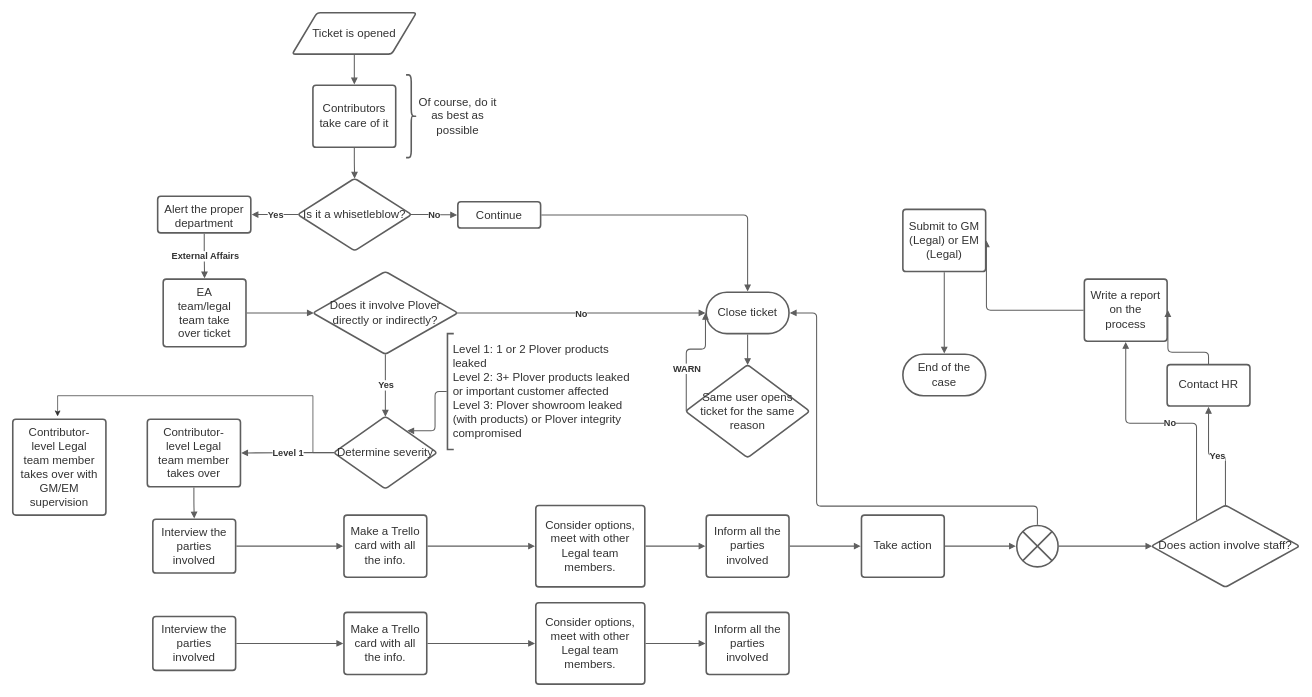
This is Untitled Diagram.drawio from Peiprjs/Peiprjs, a draw.io file, before an edit. Source tidied: cells renumbered, new cells numbered last; positions are measured from the earlier drawing's top-left corner, leaving out a move shared by most shapes. Both pictures are drawn from the tidied source at 69%, with x=0, y=0 at pixel (12, 12).
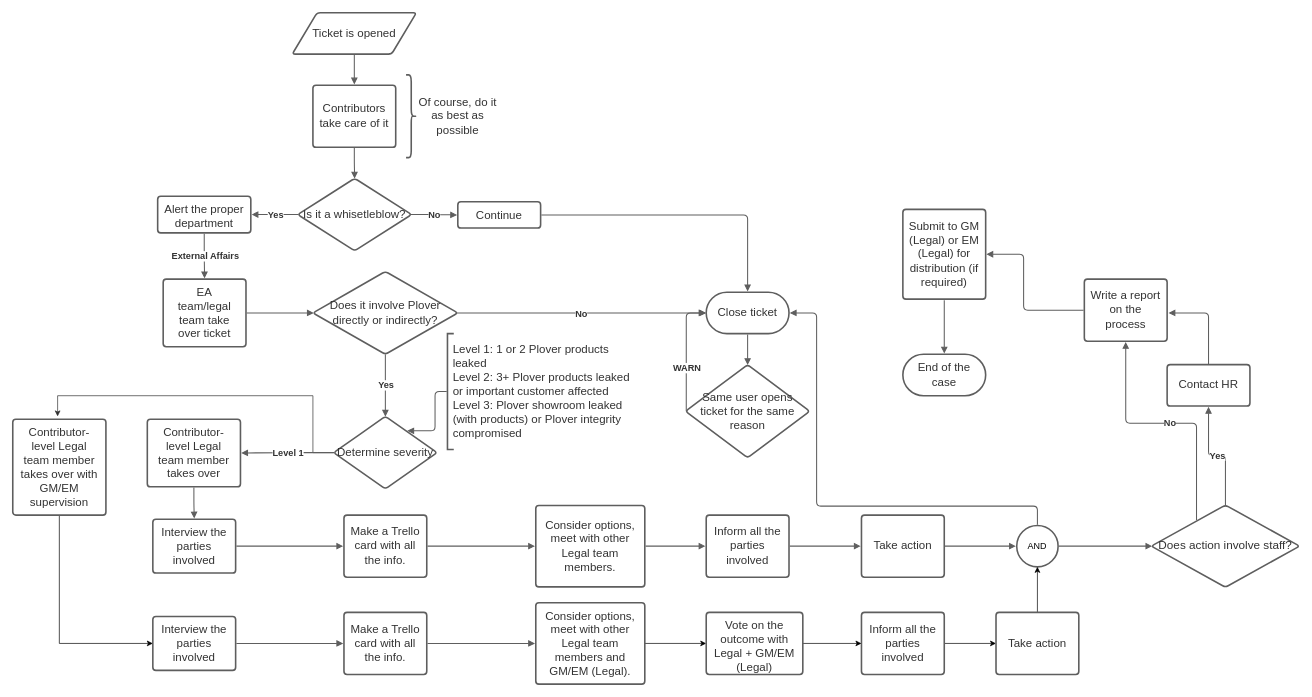
The same diagram, later.

The change refers to these unchanged cells:
```xml
<mxCell id="21" value="Close ticket" style="html=1;overflow=block;blockSpacing=1;whiteSpace=wrap;rounded=1;arcSize=50;whiteSpace=wrap;fontSize=16.7;fontColor=#333333;spacing=3.8;strokeColor=#5e5e5e;strokeOpacity=100;strokeWidth=2.3;" parent="1" vertex="1">
  <mxGeometry x="1005" y="405" width="120" height="60" as="geometry" />
</mxCell>
<mxCell id="25" value="Same user opens ticket for the same reason" style="html=1;overflow=block;blockSpacing=1;whiteSpace=wrap;rhombus;whiteSpace=wrap;fontSize=16.7;fontColor=#333333;spacing=3.8;strokeColor=#5e5e5e;strokeOpacity=100;rounded=1;absoluteArcSize=1;arcSize=9;strokeWidth=2.3;" parent="1" vertex="1">
  <mxGeometry x="975" y="510" width="180" height="135" as="geometry" />
</mxCell>
<mxCell id="56" value="Contact HR" style="html=1;overflow=block;blockSpacing=1;whiteSpace=wrap;whiteSpace=wrap;fontSize=16.7;fontColor=#333333;spacing=9;strokeColor=#5E5E5E;rounded=1;absoluteArcSize=1;arcSize=9;strokeWidth=2.3;" parent="1" vertex="1">
  <mxGeometry x="1673" y="510" width="120" height="60" as="geometry" />
</mxCell>
<mxCell id="59" value="Write a report on the process" style="html=1;overflow=block;blockSpacing=1;whiteSpace=wrap;whiteSpace=wrap;fontSize=16.7;fontColor=#333333;spacing=9;strokeColor=#5E5E5E;rounded=1;absoluteArcSize=1;arcSize=9;strokeWidth=2.3;" parent="1" vertex="1">
  <mxGeometry x="1553" y="386" width="120" height="90" as="geometry" />
</mxCell>
<mxCell id="65" value="Interview the parties involved" style="html=1;overflow=block;blockSpacing=1;whiteSpace=wrap;whiteSpace=wrap;fontSize=16.7;fontColor=#333333;spacing=9;strokeColor=#5e5e5e;strokeOpacity=100;rounded=1;absoluteArcSize=1;arcSize=9;strokeWidth=2.3;" parent="1" vertex="1">
  <mxGeometry x="203" y="875" width="120" height="78" as="geometry" />
</mxCell>
<mxCell id="72" value="Contributor-level Legal team member takes over with GM/EM supervision" style="html=1;overflow=block;blockSpacing=1;whiteSpace=wrap;whiteSpace=wrap;fontSize=16.7;fontColor=#333333;spacing=9;strokeColor=#5E5E5E;rounded=1;absoluteArcSize=1;arcSize=9;strokeWidth=2.3;" parent="1" vertex="1">
  <mxGeometry y="589" width="135" height="139" as="geometry" />
</mxCell>
```

The edit, as a diff of the source:
```diff
@@
-    <mxCell id="27" style="html=1;jettySize=18;whiteSpace=wrap;fontSize=13;strokeColor=#5E5E5E;strokeWidth=1.5;rounded=1;arcSize=12;edgeStyle=orthogonalEdgeStyle;startArrow=none;endArrow=block;endFill=1;exitX=0.006;exitY=0.5;exitPerimeter=0;entryX=-0.009;entryY=0.5;entryPerimeter=0;" parent="1" edge="1" source="25" target="21">
-      <mxGeometry relative="1" as="geometry" />
+    <mxCell id="27" style="html=1;jettySize=18;whiteSpace=wrap;fontSize=13;strokeColor=#5E5E5E;strokeWidth=1.5;rounded=1;arcSize=12;edgeStyle=orthogonalEdgeStyle;startArrow=none;endArrow=block;endFill=1;exitX=0.006;exitY=0.5;exitPerimeter=0;" parent="1" edge="1" source="25">
+      <mxGeometry relative="1" as="geometry">
+        <mxPoint x="1005" y="435" as="targetPoint" />
+        <Array as="points">
+          <mxPoint x="976" y="435" />
+        </Array>
+      </mxGeometry>
     </mxCell>
@@
-    <mxCell id="33" value="Level 1: 1 or 2 Plover products &#9;&#9;&#9;   leaked &#10;Level 2: 3+ Plover products &#9;&#9; &#9;&#9;   leaked or important &#9;&#9;   &#9;         customer affected&#10;Level 3: Plover showroom leaked &#9;&#9;  (with products) or Plover &#9;&#9;   integrity compromised" style="group;spacingLeft=8;align=left;spacing=0;strokeColor=none;whiteSpace=wrap;fontSize=16.7;fontColor=#333333;strokeOpacity=100;fillOpacity=0;rounded=1;absoluteArcSize=1;arcSize=9;fillColor=#ffffff;strokeWidth=2.3;verticalAlign=middle;html=1;" parent="1" vertex="1">
+    <mxCell id="33" value="Level 1: 1 or 2 Plover products       leaked &#10;Level 2: 3+ Plover products         leaked or important                customer affected&#10;Level 3: Plover showroom leaked     (with products) or Plover      integrity compromised" style="group;spacingLeft=8;align=left;spacing=0;strokeColor=none;whiteSpace=wrap;fontSize=16.7;fontColor=#333333;strokeOpacity=100;fillOpacity=0;rounded=1;absoluteArcSize=1;arcSize=9;fillColor=#ffffff;strokeWidth=2.3;verticalAlign=middle;html=1;" parent="1" vertex="1">
       <mxGeometry x="630" y="465" width="270" height="168" as="geometry" />
     </mxCell>
@@
-    <mxCell id="50" style="html=1;overflow=block;blockSpacing=1;whiteSpace=wrap;shape=mxgraph.flowchart.or;whiteSpace=wrap;fontSize=13;spacing=3.8;strokeColor=#5e5e5e;strokeOpacity=100;rounded=1;absoluteArcSize=1;arcSize=9;strokeWidth=2.3;" parent="1" vertex="1">
+    <mxCell id="50" value="AND" style="ellipse;whiteSpace=wrap;html=1;fontFamily=Helvetica;fontSize=13;fontColor=#000000;align=center;strokeColor=#5e5e5e;strokeWidth=2.3;fillColor=#ffffff;" parent="1" vertex="1">
       <mxGeometry x="1455" y="743" width="60" height="60" as="geometry" />
     </mxCell>
@@
-    <mxCell id="60" style="html=1;jettySize=18;whiteSpace=wrap;fontSize=13;strokeColor=#5E5E5E;strokeWidth=1.5;rounded=1;arcSize=12;edgeStyle=orthogonalEdgeStyle;startArrow=none;endArrow=block;endFill=1;exitX=0.5;exitY=-0.019;exitPerimeter=0;entryX=1.009;entryY=0.5;entryPerimeter=0;" parent="1" edge="1" source="56" target="59">
-      <mxGeometry relative="1" as="geometry" />
+    <mxCell id="60" style="html=1;jettySize=18;whiteSpace=wrap;fontSize=13;strokeColor=#5E5E5E;strokeWidth=1.5;rounded=1;arcSize=12;edgeStyle=orthogonalEdgeStyle;startArrow=none;endArrow=block;endFill=1;exitX=0.5;exitY=-0.019;exitPerimeter=0;" parent="1" edge="1" source="56">
+      <mxGeometry relative="1" as="geometry">
+        <mxPoint x="1675" y="435" as="targetPoint" />
+        <Array as="points">
+          <mxPoint x="1733" y="435" />
+        </Array>
+      </mxGeometry>
     </mxCell>
     <mxCell id="61" style="html=1;jettySize=18;whiteSpace=wrap;fontSize=13;strokeColor=#5E5E5E;strokeWidth=1.5;rounded=1;arcSize=12;edgeStyle=orthogonalEdgeStyle;startArrow=none;endArrow=block;endFill=1;exitX=-0.009;exitY=0.5;exitPerimeter=0;entryX=1.009;entryY=0.5;entryPerimeter=0;" parent="1" edge="1" source="59" target="62">
-      <mxGeometry relative="1" as="geometry" />
+      <mxGeometry relative="1" as="geometry">
+        <Array as="points">
+          <mxPoint x="1465" y="431" />
+          <mxPoint x="1465" y="350" />
+        </Array>
+      </mxGeometry>
     </mxCell>
-    <mxCell id="62" value="Submit to GM (Legal) or EM (Legal)" style="html=1;overflow=block;blockSpacing=1;whiteSpace=wrap;whiteSpace=wrap;fontSize=16.7;fontColor=#333333;spacing=9;strokeColor=#5E5E5E;rounded=1;absoluteArcSize=1;arcSize=9;strokeWidth=2.3;" parent="1" vertex="1">
-      <mxGeometry x="1290" y="285" width="120" height="90" as="geometry" />
+    <mxCell id="62" value="Submit to GM (Legal) or EM (Legal) for distribution (if required)" style="html=1;overflow=block;blockSpacing=1;whiteSpace=wrap;whiteSpace=wrap;fontSize=16.7;fontColor=#333333;spacing=9;strokeColor=#5E5E5E;rounded=1;absoluteArcSize=1;arcSize=9;strokeWidth=2.3;" parent="1" vertex="1">
+      <mxGeometry x="1290" y="285" width="120" height="130" as="geometry" />
     </mxCell>
@@
+    <mxCell id="73" style="edgeStyle=orthogonalEdgeStyle;rounded=0;jettySize=auto;html=1;" parent="1" edge="1" source="68" target="77">
+      <mxGeometry relative="1" as="geometry" />
+    </mxCell>
-    <mxCell id="68" value="Consider options, meet with other Legal team members." style="html=1;overflow=block;blockSpacing=1;whiteSpace=wrap;whiteSpace=wrap;fontSize=16.7;fontColor=#333333;spacing=9;strokeColor=#5e5e5e;strokeOpacity=100;rounded=1;absoluteArcSize=1;arcSize=9;strokeWidth=2.3;" parent="1" vertex="1">
+    <mxCell id="68" value="Consider options, meet with other Legal team members and GM/EM (Legal)." style="html=1;overflow=block;blockSpacing=1;whiteSpace=wrap;whiteSpace=wrap;fontSize=16.7;fontColor=#333333;spacing=9;strokeColor=#5e5e5e;strokeOpacity=100;rounded=1;absoluteArcSize=1;arcSize=9;strokeWidth=2.3;" parent="1" vertex="1">
       <mxGeometry x="758" y="855" width="158" height="118" as="geometry" />
     </mxCell>
@@
+    <mxCell id="74" style="edgeStyle=orthogonalEdgeStyle;rounded=0;jettySize=auto;html=1;" parent="1" edge="1" source="70" target="79">
+      <mxGeometry relative="1" as="geometry" />
+    </mxCell>
     <mxCell id="70" value="Inform all the parties involved" style="html=1;overflow=block;blockSpacing=1;whiteSpace=wrap;whiteSpace=wrap;fontSize=16.7;fontColor=#333333;spacing=9;strokeColor=#5e5e5e;strokeOpacity=100;rounded=1;absoluteArcSize=1;arcSize=9;strokeWidth=2.3;" parent="1" vertex="1">
-      <mxGeometry x="1005" y="869" width="120" height="90" as="geometry" />
+      <mxGeometry x="1230" y="869" width="120" height="90" as="geometry" />
     </mxCell>
-    <mxCell id="71" style="html=1;jettySize=18;whiteSpace=wrap;fontSize=13;strokeColor=#5E5E5E;strokeWidth=1.5;rounded=1;arcSize=12;edgeStyle=orthogonalEdgeStyle;startArrow=none;endArrow=block;endFill=1;exitX=1.007;exitY=0.5;exitPerimeter=0;entryX=-0.009;entryY=0.5;entryPerimeter=0;" parent="1" edge="1" source="68" target="70">
-      <mxGeometry relative="1" as="geometry" />
-    </mxCell>
+    <mxCell id="75" style="edgeStyle=orthogonalEdgeStyle;rounded=0;jettySize=auto;html=1;entryX=0;entryY=0.5;entryDx=0;entryDy=0;" parent="1" edge="1" source="72" target="65">
+      <mxGeometry relative="1" as="geometry">
+        <Array as="points">
+          <mxPoint x="67" y="914" />
+        </Array>
+      </mxGeometry>
+    </mxCell>
@@
+    <mxCell id="76" style="edgeStyle=orthogonalEdgeStyle;rounded=0;jettySize=auto;html=1;" parent="1" edge="1" source="77" target="70">
+      <mxGeometry relative="1" as="geometry" />
+    </mxCell>
+    <mxCell id="77" value="Vote on the outcome with Legal + GM/EM (Legal)" style="html=1;overflow=block;blockSpacing=1;whiteSpace=wrap;whiteSpace=wrap;fontSize=16.7;fontColor=#333333;spacing=9;strokeColor=#5e5e5e;strokeOpacity=100;rounded=1;absoluteArcSize=1;arcSize=9;strokeWidth=2.3;" parent="1" vertex="1">
+      <mxGeometry x="1005" y="869" width="140" height="90" as="geometry" />
+    </mxCell>
+    <mxCell id="78" style="edgeStyle=orthogonalEdgeStyle;rounded=0;jettySize=auto;html=1;" parent="1" edge="1" source="79" target="50">
+      <mxGeometry relative="1" as="geometry" />
+    </mxCell>
+    <mxCell id="79" value="Take action" style="html=1;overflow=block;blockSpacing=1;whiteSpace=wrap;whiteSpace=wrap;fontSize=16.7;fontColor=#333333;spacing=9;strokeColor=#5e5e5e;strokeOpacity=100;rounded=1;absoluteArcSize=1;arcSize=9;strokeWidth=2.3;" parent="1" vertex="1">
+      <mxGeometry x="1425" y="869" width="120" height="90" as="geometry" />
+    </mxCell>
```
